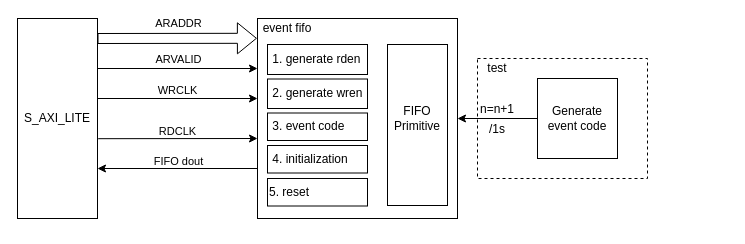
The draw.io diagram Untitled Diagram1.drawio in gitzhangzhao/Draw.io, before the edit. Source tidied: cells renumbered, new cells numbered last; positions are measured from the earlier drawing's top-left corner, leaving out a move shared by most shapes. Both pictures are drawn from the tidied source at 100%, with x=0, y=0 at pixel (17, 18).
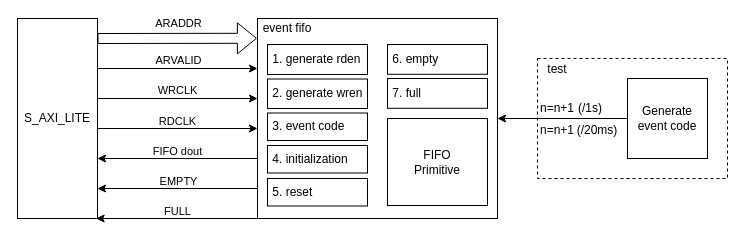
After the change.

The change refers to these unchanged cells:
```xml
<mxCell id="9" value="S_AXI_LITE" style="rounded=0;whiteSpace=wrap;html=1;" parent="1" vertex="1">
  <mxGeometry width="80" height="200" as="geometry" />
</mxCell>
```

Change to the diagram source:
```diff
@@
-    <mxCell id="2" style="edgeStyle=orthogonalEdgeStyle;rounded=0;jettySize=auto;html=1;exitX=0;exitY=0.75;exitDx=0;exitDy=0;entryX=1;entryY=0.75;entryDx=0;entryDy=0;" parent="1" edge="1" source="4" target="9">
-      <mxGeometry relative="1" as="geometry" />
+    <mxCell id="2" style="edgeStyle=orthogonalEdgeStyle;rounded=0;jettySize=auto;html=1;exitX=0.006;exitY=0.7;exitDx=0;exitDy=0;exitPerimeter=0;" parent="1" edge="1" source="4">
+      <mxGeometry relative="1" as="geometry">
+        <mxPoint x="80" y="140" as="targetPoint" />
+      </mxGeometry>
     </mxCell>
@@
     <mxCell id="4" style="rounded=0;whiteSpace=wrap;html=1;" parent="1" vertex="1">
-      <mxGeometry x="240" width="200" height="200" as="geometry" />
+      <mxGeometry x="240" width="240" height="200" as="geometry" />
     </mxCell>
@@
-    <mxCell id="7" style="edgeStyle=orthogonalEdgeStyle;rounded=0;jettySize=auto;html=1;exitX=0.995;exitY=0.601;exitDx=0;exitDy=0;exitPerimeter=0;" parent="1" edge="1" source="9">
+    <mxCell id="7" style="edgeStyle=orthogonalEdgeStyle;rounded=0;jettySize=auto;html=1;exitX=0.999;exitY=0.549;exitDx=0;exitDy=0;exitPerimeter=0;" parent="1" edge="1" source="9">
       <mxGeometry relative="1" as="geometry">
-        <mxPoint x="240" y="120" as="targetPoint" />
+        <mxPoint x="240" y="110" as="targetPoint" />
         <Array as="points">
-          <mxPoint x="81" y="120" />
-          <mxPoint x="240" y="120" />
+          <mxPoint x="240" y="110" />
         </Array>
       </mxGeometry>
     </mxCell>
@@
     <mxCell id="15" value="&lt;div&gt;Generate&lt;/div&gt;&lt;div&gt;event code&lt;/div&gt;" style="rounded=0;whiteSpace=wrap;html=1;" parent="1" vertex="1">
-      <mxGeometry x="520" y="60" width="80" height="80" as="geometry" />
+      <mxGeometry x="610" y="60" width="80" height="80" as="geometry" />
     </mxCell>
     <mxCell id="16" value="n=n+1" style="text;html=1;strokeColor=none;fillColor=none;align=center;verticalAlign=middle;whiteSpace=wrap;rounded=0;" parent="1" vertex="1">
-      <mxGeometry x="460" y="80" width="40" height="21" as="geometry" />
+      <mxGeometry x="520" y="79" width="40" height="21" as="geometry" />
     </mxCell>
-    <mxCell id="17" value="/1s" style="text;html=1;strokeColor=none;fillColor=none;align=center;verticalAlign=middle;whiteSpace=wrap;rounded=0;" parent="1" vertex="1">
-      <mxGeometry x="460" y="100" width="40" height="21" as="geometry" />
+    <mxCell id="17" value="(/1s)" style="text;html=1;strokeColor=none;fillColor=none;align=center;verticalAlign=middle;whiteSpace=wrap;rounded=0;" parent="1" vertex="1">
+      <mxGeometry x="553" y="79" width="40" height="21" as="geometry" />
     </mxCell>
     <mxCell id="18" style="rounded=0;whiteSpace=wrap;html=1;fillColor=none;" parent="1" vertex="1">
-      <mxGeometry x="370" y="26" width="60" height="161" as="geometry" />
+      <mxGeometry x="370" y="100" width="100" height="87" as="geometry" />
     </mxCell>
     <mxCell id="19" value="&lt;div&gt;FIFO&lt;/div&gt;&lt;div&gt;Primitive&lt;/div&gt;" style="text;html=1;strokeColor=none;fillColor=none;align=center;verticalAlign=middle;whiteSpace=wrap;rounded=0;" parent="1" vertex="1">
-      <mxGeometry x="370" y="85" width="60" height="30" as="geometry" />
+      <mxGeometry x="390" y="128.5" width="60" height="30" as="geometry" />
     </mxCell>
@@
     <mxCell id="22" style="rounded=0;whiteSpace=wrap;html=1;fillColor=none;dashed=1;" parent="1" vertex="1">
-      <mxGeometry x="460" y="40" width="170" height="120" as="geometry" />
+      <mxGeometry x="520" y="40" width="190" height="120" as="geometry" />
     </mxCell>
     <mxCell id="23" value="test" style="text;html=1;strokeColor=none;fillColor=none;align=center;verticalAlign=middle;whiteSpace=wrap;rounded=0;dashed=1;" parent="1" vertex="1">
-      <mxGeometry x="460" y="40" width="40" height="20" as="geometry" />
+      <mxGeometry x="520" y="40.5" width="40" height="20" as="geometry" />
     </mxCell>
@@
-    <mxCell id="27" value="5. reset" style="rounded=0;whiteSpace=wrap;html=1;fillColor=none;align=left;" parent="1" vertex="1">
+    <mxCell id="27" value="&amp;nbsp;5. reset" style="rounded=0;whiteSpace=wrap;html=1;fillColor=none;align=left;" parent="1" vertex="1">
       <mxGeometry x="250" y="160" width="100" height="27.5" as="geometry" />
     </mxCell>
+    <mxCell id="28" value="&amp;nbsp;6. empty" style="rounded=0;whiteSpace=wrap;html=1;fillColor=none;align=left;" parent="1" vertex="1">
+      <mxGeometry x="370" y="26" width="100" height="29.8" as="geometry" />
+    </mxCell>
+    <mxCell id="29" value="&amp;nbsp;7. full" style="rounded=0;whiteSpace=wrap;html=1;fillColor=none;align=left;" parent="1" vertex="1">
+      <mxGeometry x="370" y="60" width="100" height="29.8" as="geometry" />
+    </mxCell>
+    <mxCell id="30" style="edgeStyle=orthogonalEdgeStyle;rounded=0;orthogonalLoop=1;jettySize=auto;html=1;" parent="1" edge="1">
+      <mxGeometry relative="1" as="geometry">
+        <mxPoint x="240" y="170" as="sourcePoint" />
+        <mxPoint x="80" y="170" as="targetPoint" />
+      </mxGeometry>
+    </mxCell>
+    <mxCell id="31" value="EMPTY" style="edgeLabel;html=1;align=center;verticalAlign=middle;" parent="30" vertex="1">
+      <mxGeometry x="0.18" y="2" relative="1" as="geometry">
+        <mxPoint x="14" y="-10" as="offset" />
+      </mxGeometry>
+    </mxCell>
+    <mxCell id="32" style="edgeStyle=orthogonalEdgeStyle;rounded=0;orthogonalLoop=1;jettySize=auto;html=1;exitX=0.006;exitY=0.7;exitDx=0;exitDy=0;exitPerimeter=0;" parent="1" edge="1">
+      <mxGeometry relative="1" as="geometry">
+        <mxPoint x="240" y="200" as="sourcePoint" />
+        <mxPoint x="78.6" y="200" as="targetPoint" />
+      </mxGeometry>
+    </mxCell>
+    <mxCell id="33" value="FULL" style="edgeLabel;html=1;align=center;verticalAlign=middle;" parent="32" vertex="1">
+      <mxGeometry x="0.18" y="2" relative="1" as="geometry">
+        <mxPoint x="14" y="-10" as="offset" />
+      </mxGeometry>
+    </mxCell>
+    <mxCell id="34" value="n=n+1" style="text;html=1;strokeColor=none;fillColor=none;align=center;verticalAlign=middle;whiteSpace=wrap;rounded=0;" parent="1" vertex="1">
+      <mxGeometry x="520" y="101" width="40" height="21" as="geometry" />
+    </mxCell>
+    <mxCell id="35" value="(/20ms)" style="text;html=1;strokeColor=none;fillColor=none;align=center;verticalAlign=middle;whiteSpace=wrap;rounded=0;" parent="1" vertex="1">
+      <mxGeometry x="560" y="101" width="40" height="21" as="geometry" />
+    </mxCell>
```
